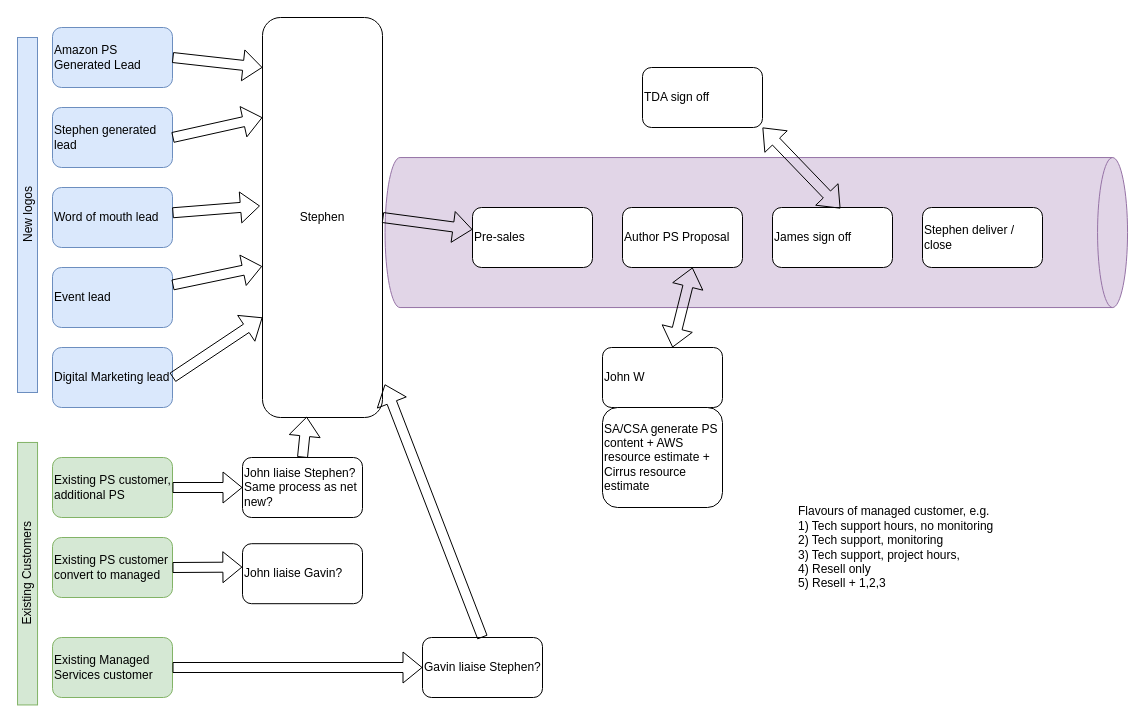
This is page "Sales Funnel" (1 of 3) of Processes.drawio from taupoali/awsdiagrams, a draw.io file, before an edit. Source tidied: cells renumbered, new cells numbered last; positions are measured from the earlier drawing's top-left corner, leaving out a move shared by most shapes. Both pictures are drawn from the tidied source at 100%, with x=0, y=0 at pixel (-150, -139).
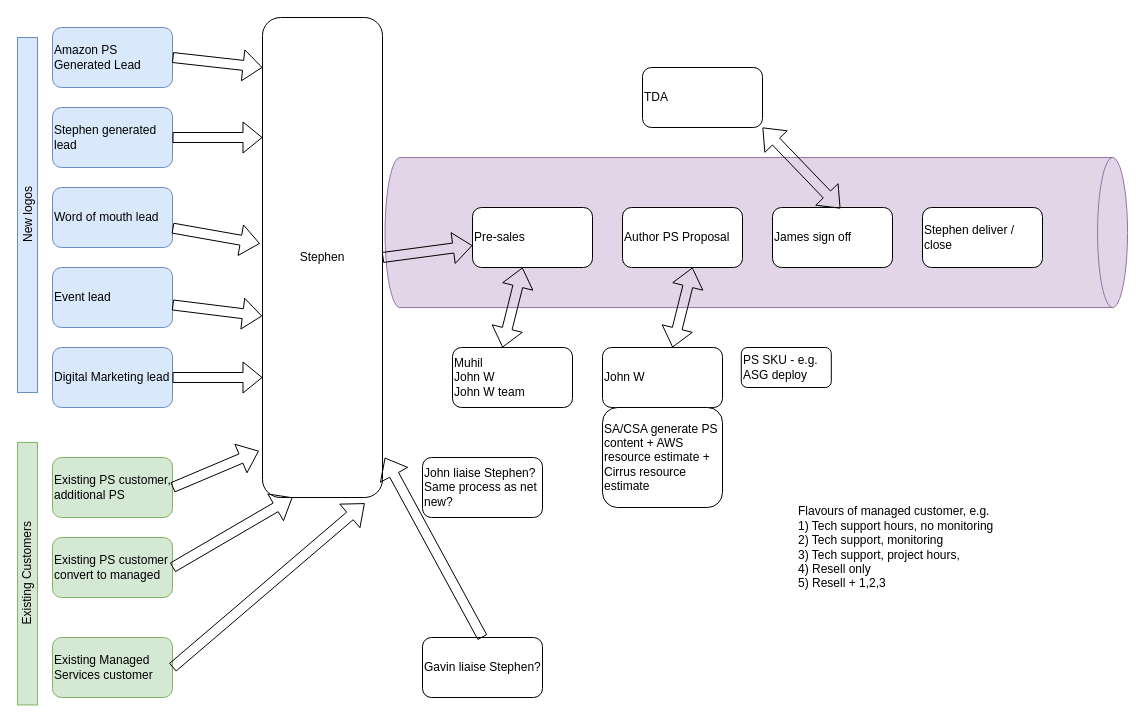
After the change.

The change refers to these unchanged cells:
```xml
<mxCell id="10" value="Existing Managed Services customer" style="rounded=1;whiteSpace=wrap;html=1;align=left;fillColor=#d5e8d4;strokeColor=#82b366;" parent="1" vertex="1">
  <mxGeometry x="202" y="776" width="120" height="60" as="geometry" />
</mxCell>
<mxCell id="11" value="Existing PS customer, additional PS" style="rounded=1;whiteSpace=wrap;html=1;align=left;fillColor=#d5e8d4;strokeColor=#82b366;" parent="1" vertex="1">
  <mxGeometry x="202" y="596" width="120" height="60" as="geometry" />
</mxCell>
<mxCell id="22" value="Gavin liaise Stephen?&lt;br&gt;" style="rounded=1;whiteSpace=wrap;html=1;align=left;" parent="1" vertex="1">
  <mxGeometry x="572" y="776" width="120" height="60" as="geometry" />
</mxCell>
<mxCell id="30" value="Existing PS customer convert to managed" style="rounded=1;whiteSpace=wrap;html=1;align=left;fillColor=#d5e8d4;strokeColor=#82b366;" parent="1" vertex="1">
  <mxGeometry x="202" y="676" width="120" height="60" as="geometry" />
</mxCell>
```

The edit, as a diff of the source:
```diff
@@
     <mxCell id="9" value="Stephen" style="rounded=1;whiteSpace=wrap;html=1;align=center;" parent="1" vertex="1">
-      <mxGeometry x="412" y="156" width="120" height="400" as="geometry" />
+      <mxGeometry x="412" y="156" width="120" height="480" as="geometry" />
     </mxCell>
@@
-    <mxCell id="16" style="shape=flexArrow;endArrow=classic;html=1;exitX=1;exitY=0.5;exitDx=0;exitDy=0;entryX=0;entryY=0.5;entryDx=0;entryDy=0;" parent="1" edge="1" source="10" target="22">
+    <mxCell id="16" style="shape=flexArrow;endArrow=classic;html=1;exitX=1;exitY=0.5;exitDx=0;exitDy=0;entryX=0.852;entryY=1.012;entryDx=0;entryDy=0;entryPerimeter=0;" parent="1" edge="1" source="10" target="9">
       <mxGeometry relative="1" as="geometry" />
     </mxCell>
-    <mxCell id="17" style="shape=flexArrow;endArrow=classic;html=1;exitX=1;exitY=0.5;exitDx=0;exitDy=0;" parent="1" edge="1" source="11">
-      <mxGeometry relative="1" as="geometry">
-        <mxPoint x="392" y="626" as="targetPoint" />
-      </mxGeometry>
+    <mxCell id="17" style="shape=flexArrow;endArrow=classic;html=1;exitX=1;exitY=0.5;exitDx=0;exitDy=0;entryX=-0.03;entryY=0.903;entryDx=0;entryDy=0;entryPerimeter=0;" parent="1" edge="1" source="11" target="9">
+      <mxGeometry relative="1" as="geometry" />
     </mxCell>
@@
-    <mxCell id="23" style="shape=flexArrow;endArrow=classic;html=1;exitX=0.5;exitY=0;exitDx=0;exitDy=0;entryX=0.368;entryY=0.998;entryDx=0;entryDy=0;entryPerimeter=0;" parent="1" edge="1" source="24" target="9">
-      <mxGeometry relative="1" as="geometry" />
-    </mxCell>
     <mxCell id="24" value="John liaise Stephen?Same process as net new?" style="rounded=1;whiteSpace=wrap;html=1;align=left;" parent="1" vertex="1">
-      <mxGeometry x="392" y="596" width="120" height="60" as="geometry" />
+      <mxGeometry x="572" y="596" width="120" height="60" as="geometry" />
     </mxCell>
@@
-    <mxCell id="27" value="TDA sign off" style="rounded=1;whiteSpace=wrap;html=1;align=left;" parent="1" vertex="1">
+    <mxCell id="27" value="TDA" style="rounded=1;whiteSpace=wrap;html=1;align=left;" parent="1" vertex="1">
       <mxGeometry x="792" y="206" width="120" height="60" as="geometry" />
     </mxCell>
@@
-    <mxCell id="36" value="John liaise Gavin?" style="rounded=1;whiteSpace=wrap;html=1;align=left;" parent="1" vertex="1">
-      <mxGeometry x="392" y="682.2" width="120" height="60" as="geometry" />
-    </mxCell>
-    <mxCell id="37" style="shape=flexArrow;endArrow=classic;html=1;exitX=1;exitY=0.5;exitDx=0;exitDy=0;entryX=-0.001;entryY=0.39;entryDx=0;entryDy=0;entryPerimeter=0;" parent="1" edge="1" source="30" target="36">
+    <mxCell id="37" style="shape=flexArrow;endArrow=classic;html=1;exitX=1;exitY=0.5;exitDx=0;exitDy=0;entryX=0.25;entryY=1;entryDx=0;entryDy=0;" parent="1" edge="1" source="30" target="9">
       <mxGeometry relative="1" as="geometry" />
     </mxCell>
+    <mxCell id="38" value="Muhil&lt;br&gt;John W&lt;br&gt;John W team" style="rounded=1;whiteSpace=wrap;html=1;align=left;" parent="1" vertex="1">
+      <mxGeometry x="602" y="486" width="120" height="60" as="geometry" />
+    </mxCell>
+    <mxCell id="39" style="shape=flexArrow;endArrow=classic;startArrow=classic;html=1;exitX=0.75;exitY=0;exitDx=0;exitDy=0;entryX=0.75;entryY=1;entryDx=0;entryDy=0;" parent="1" edge="1">
+      <mxGeometry relative="1" as="geometry">
+        <mxPoint x="652" y="486" as="sourcePoint" />
+        <mxPoint x="672" y="406" as="targetPoint" />
+      </mxGeometry>
+    </mxCell>
+    <mxCell id="40" value="PS SKU - e.g. ASG deploy" style="rounded=1;whiteSpace=wrap;html=1;align=left;" parent="1" vertex="1">
+      <mxGeometry x="890.8" y="486" width="90" height="40" as="geometry" />
+    </mxCell>
```
